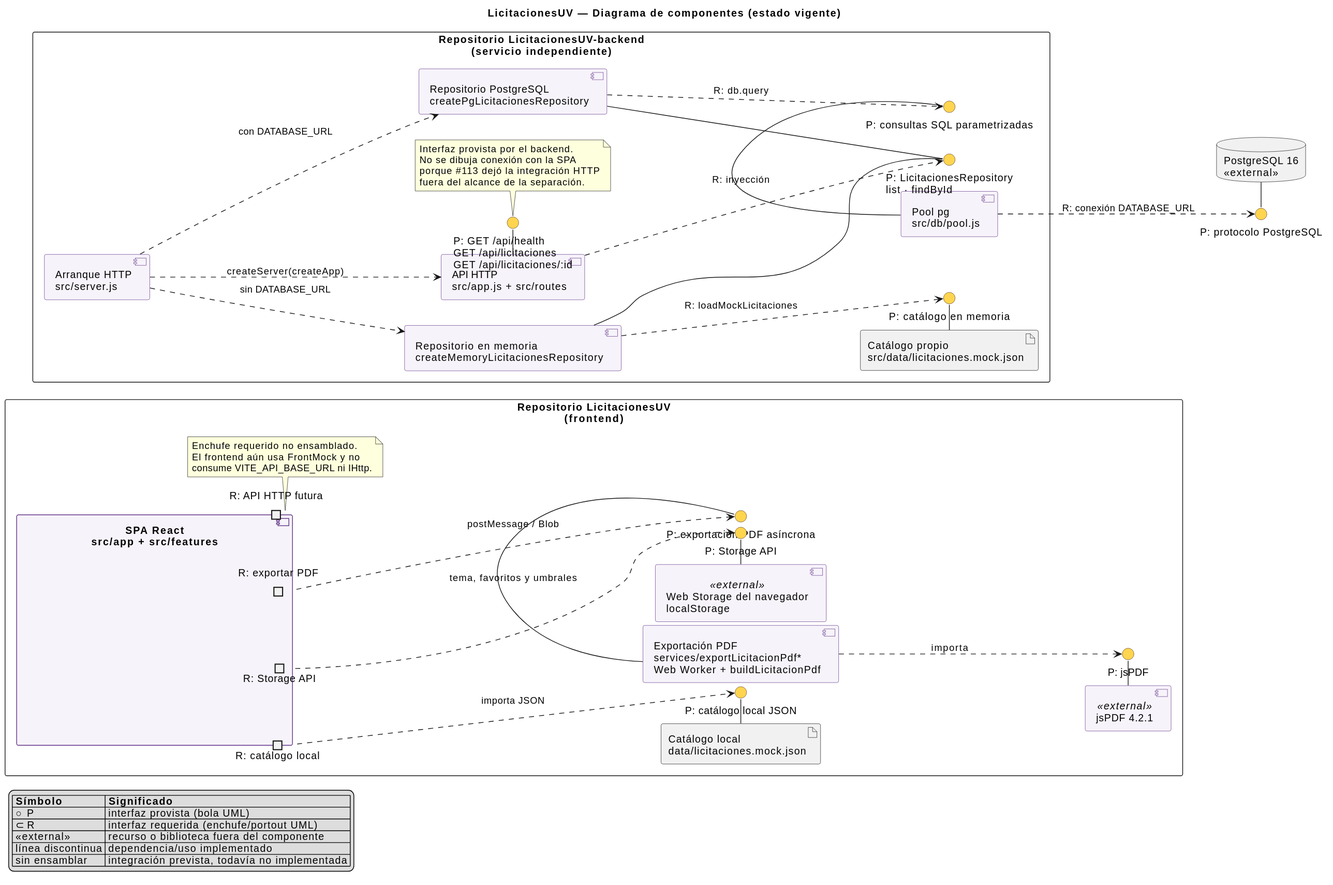
Wilson-Jara/LicitacionesUV keeps this PlantUML diagram as docs/modelado/4-componentes.svg. Above is the earlier version.
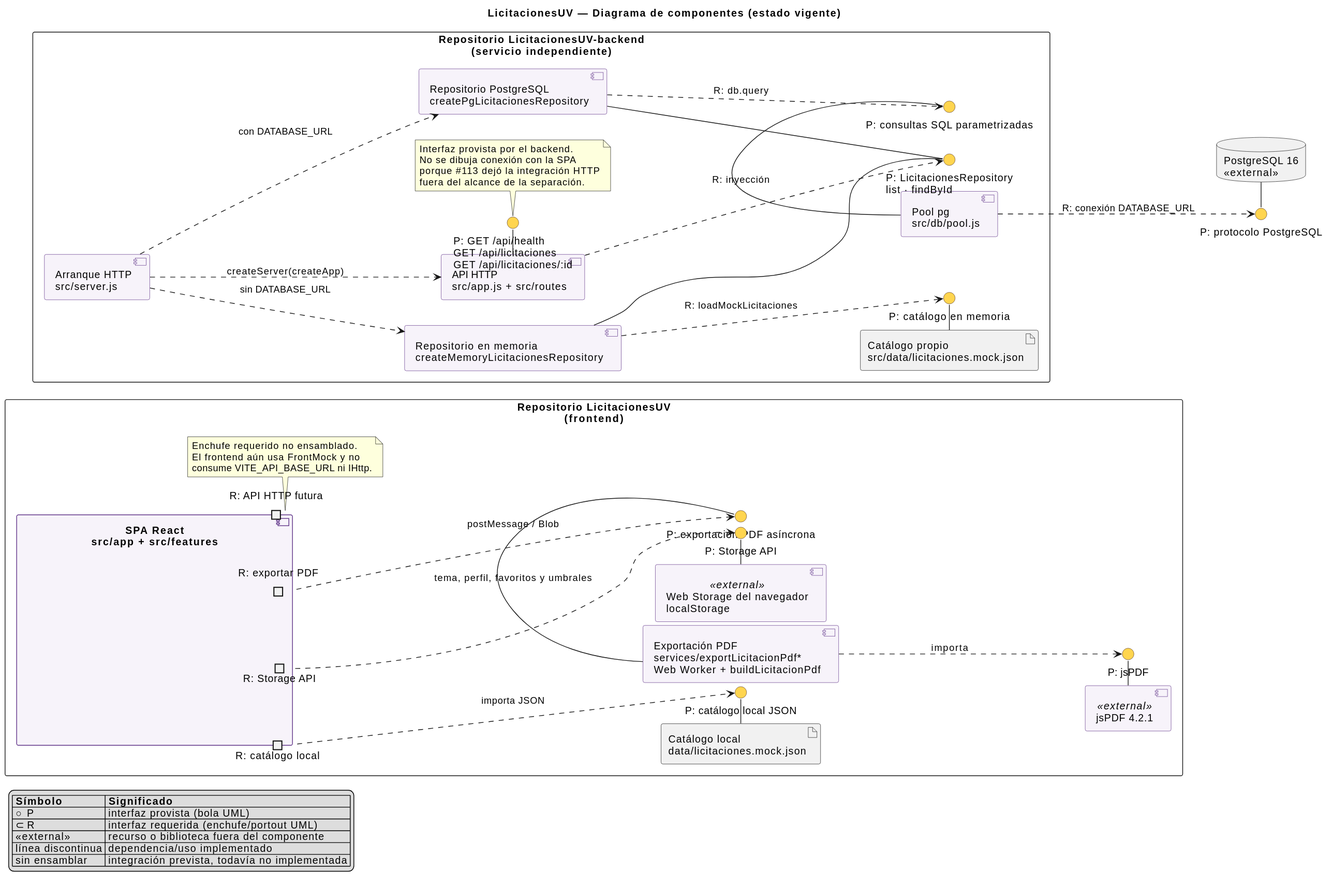
Above is the later version.

Commit message:
docs: actualiza diagrama con develop

Change to the diagram source:
```diff
@@ -49,7 +49,7 @@
   JsPdf - IJsPdf
   PdfExport ..> IJsPdf : importa
   LocalStorage - IStorage
-  RStorage ..> IStorage : tema, favoritos y umbrales
+  RStorage ..> IStorage : tema, perfil, favoritos y umbrales
 
   note bottom of RHttpFuture
     Enchufe requerido no ensamblado.
```
